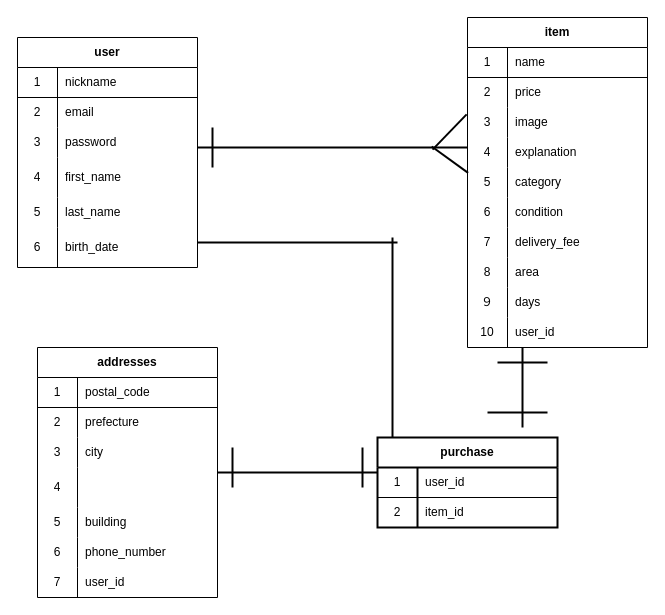
AkitoHamamoto/furima-32086 keeps this draw.io diagram as database.dio. Above is the earlier version. Source tidied: cells renumbered, new cells numbered last; positions are measured from the earlier drawing's top-left corner, leaving out a move shared by most shapes. Both pictures are drawn from the tidied source at 100%, with x=0, y=0 at pixel (17, 17).
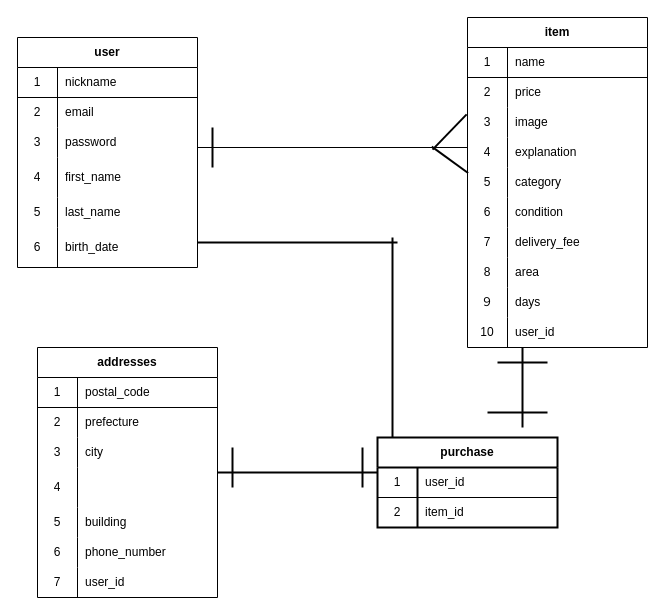
The same page after the edit.

Change to the diagram source:
```diff
@@
-    <mxCell id="52" style="line;strokeWidth=2;html=1;fillColor=none;direction=west;" parent="1" vertex="1">
+    <mxCell id="52" style="line;strokeWidth=1;html=1;fillColor=none;direction=west;" parent="1" vertex="1">
       <mxGeometry x="180" y="120" width="270" height="20" as="geometry" />
     </mxCell>
@@
     <mxCell id="55" style="line;strokeWidth=2;html=1;rotation=36;" parent="1" vertex="1">
-      <mxGeometry x="409.9" y="137.2" width="45" height="10" as="geometry" />
+      <mxGeometry x="410" y="137.3" width="44.9" height="10" as="geometry" />
     </mxCell>
```
